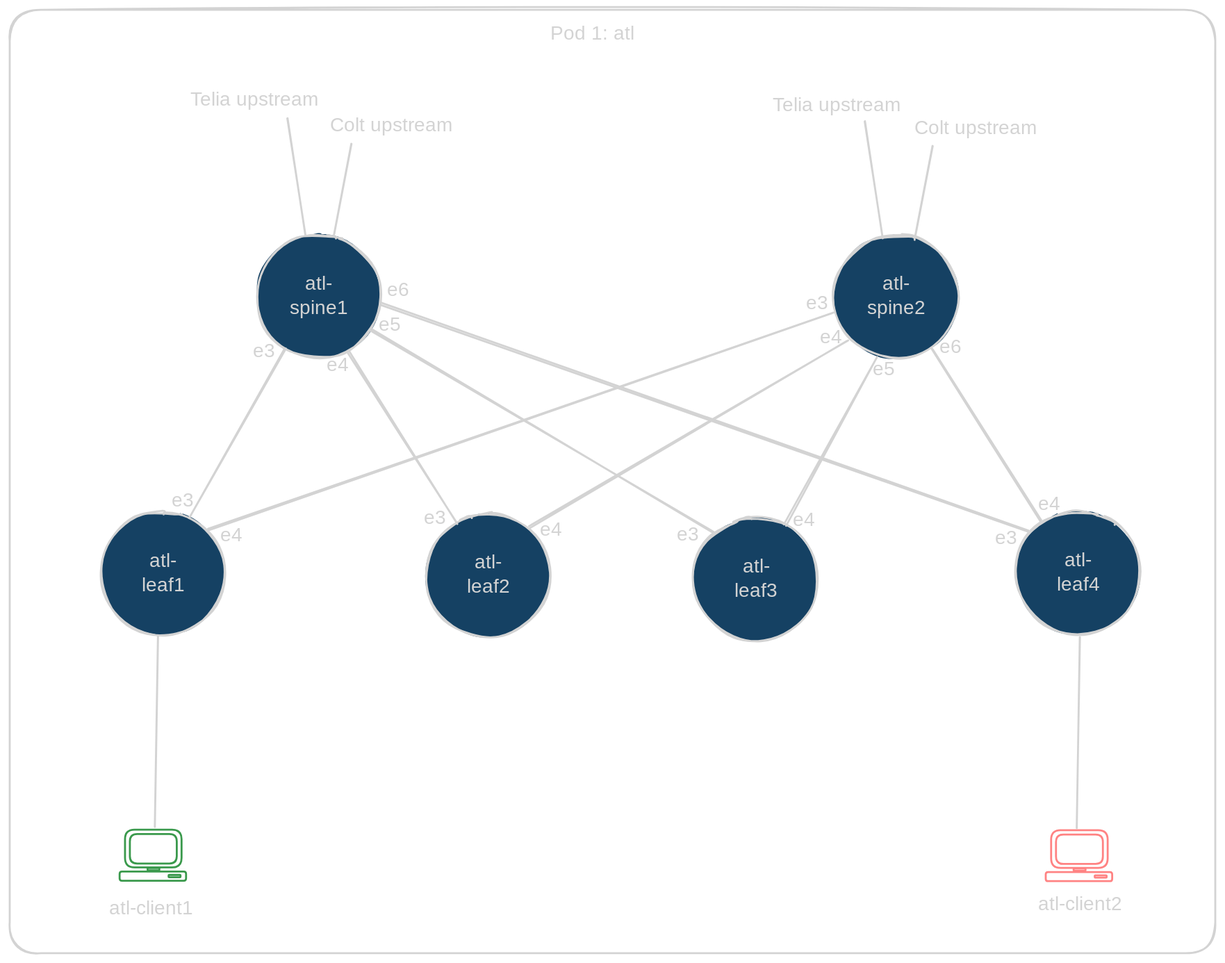
This is infrahub-demo-dc-fabric.excalidraw.svg from opsmill/infrahub-demo-dc-fabric, a Excalidraw export, as it was before one commit. Source tidied: one line per element, renumbered; positions are measured from the earlier drawing's top-left corner, leaving out a move shared by most shapes.
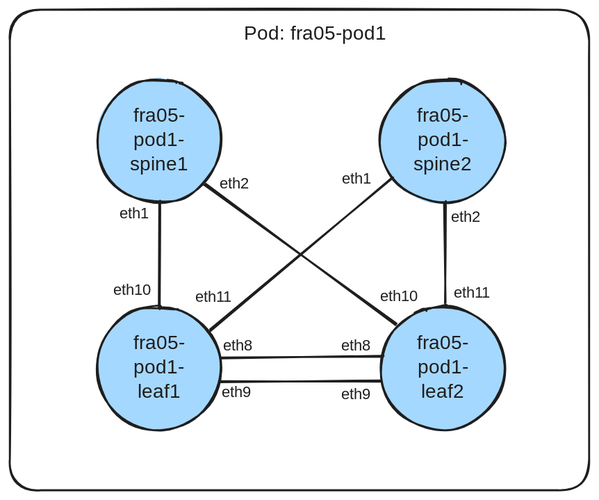
Later version of the same file.

Change to the diagram source:
```diff
@@ -1,60 +1,28 @@
-{"id": 0, "type": "ellipse", "strokeColor": "#1e1e1e", "backgroundColor": "#a5d8ff", "fillStyle": "solid", "strokeWidth": 2, "roughness": 1, "round": true, "x": 254, "y": 231, "width": 128, "height": 127}
+{"id": 0, "type": "ellipse", "strokeColor": "#1e1e1e", "backgroundColor": "#a5d8ff", "fillStyle": "solid", "strokeWidth": 2, "roughness": 1, "round": true, "x": 404, "y": 71, "width": 128, "height": 127}
-{"id": 1, "type": "text", "text": "atl-\nspine1", "strokeColor": "#1e1e1e", "backgroundColor": "#a5d8ff", "fillStyle": "solid", "strokeWidth": 2, "roughness": 1, "fontSize": 20, "fontFamily": 1, "textAlign": "center", "verticalAlign": "middle", "inside": 0, "x": 292, "y": 270, "width": 51, "height": 50}
+{"id": 1, "type": "text", "text": "fra05-\npod1-\nspine1", "strokeColor": "#1e1e1e", "backgroundColor": "#a5d8ff", "fillStyle": "solid", "strokeWidth": 2, "roughness": 1, "fontSize": 20, "fontFamily": 1, "textAlign": "center", "verticalAlign": "middle", "inside": 0, "x": 435, "y": 97, "width": 66, "height": 75}
-{"id": 2, "type": "ellipse", "strokeColor": "#1e1e1e", "backgroundColor": "#a5d8ff", "fillStyle": "solid", "strokeWidth": 2, "roughness": 1, "round": true, "x": 428, "y": 518, "width": 128, "height": 127}
+{"id": 2, "type": "ellipse", "strokeColor": "#1e1e1e", "backgroundColor": "#a5d8ff", "fillStyle": "solid", "strokeWidth": 2, "roughness": 1, "round": true, "x": 696, "y": 305, "width": 128, "height": 127}
-{"id": 3, "type": "text", "text": "atl-\nleaf2", "strokeColor": "#1e1e1e", "backgroundColor": "#a5d8ff", "fillStyle": "solid", "strokeWidth": 2, "roughness": 1, "fontSize": 20, "fontFamily": 1, "textAlign": "center", "verticalAlign": "middle", "inside": 2, "x": 465, "y": 557, "width": 53, "height": 50}
+{"id": 3, "type": "text", "text": "fra05-\npod1-\nleaf2", "strokeColor": "#1e1e1e", "backgroundColor": "#a5d8ff", "fillStyle": "solid", "strokeWidth": 2, "roughness": 1, "fontSize": 20, "fontFamily": 1, "textAlign": "center", "verticalAlign": "middle", "inside": 2, "x": 727, "y": 331, "width": 66, "height": 75}
-{"id": 4, "type": "ellipse", "strokeColor": "#1e1e1e", "backgroundColor": "#a5d8ff", "fillStyle": "solid", "strokeWidth": 2, "roughness": 1, "round": true, "x": 93, "y": 516, "width": 128, "height": 127}
+{"id": 4, "type": "ellipse", "strokeColor": "#1e1e1e", "backgroundColor": "#a5d8ff", "fillStyle": "solid", "strokeWidth": 2, "roughness": 1, "round": true, "x": 404, "y": 305, "width": 128, "height": 127}
-{"id": 5, "type": "text", "text": "atl-\nleaf1", "strokeColor": "#1e1e1e", "backgroundColor": "#a5d8ff", "fillStyle": "solid", "strokeWidth": 2, "roughness": 1, "fontSize": 20, "fontFamily": 1, "textAlign": "center", "verticalAlign": "middle", "inside": 4, "x": 135, "y": 555, "width": 45, "height": 50}
+{"id": 5, "type": "text", "text": "fra05-\npod1-\nleaf1", "strokeColor": "#1e1e1e", "backgroundColor": "#a5d8ff", "fillStyle": "solid", "strokeWidth": 2, "roughness": 1, "fontSize": 20, "fontFamily": 1, "textAlign": "center", "verticalAlign": "middle", "inside": 4, "x": 435, "y": 331, "width": 66, "height": 75}
-{"id": 6, "type": "ellipse", "strokeColor": "#1e1e1e", "backgroundColor": "#a5d8ff", "fillStyle": "solid", "strokeWidth": 2, "roughness": 1, "round": true, "x": 703, "y": 522, "width": 128, "height": 127}
-{"id": 7, "type": "text", "text": "atl-\nleaf3", "strokeColor": "#1e1e1e", "backgroundColor": "#a5d8ff", "fillStyle": "solid", "strokeWidth": 2, "roughness": 1, "fontSize": 20, "fontFamily": 1, "textAlign": "center", "verticalAlign": "middle", "inside": 6, "x": 741, "y": 561, "width": 53, "height": 50}
-{"id": 8, "type": "ellipse", "strokeColor": "#1e1e1e", "backgroundColor": "#a5d8ff", "fillStyle": "solid", "strokeWidth": 2, "roughness": 1, "round": true, "x": 1035, "y": 516, "width": 128, "height": 127}
-{"id": 9, "type": "text", "text": "atl-\nleaf4", "strokeColor": "#1e1e1e", "backgroundColor": "#a5d8ff", "fillStyle": "solid", "strokeWidth": 2, "roughness": 1, "fontSize": 20, "fontFamily": 1, "textAlign": "center", "verticalAlign": "middle", "inside": 8, "x": 1073, "y": 554, "width": 52, "height": 50}
-{"id": 10, "type": "ellipse", "strokeColor": "#1e1e1e", "backgroundColor": "#a5d8ff", "fillStyle": "solid", "strokeWidth": 2, "roughness": 1, "round": true, "x": 847, "y": 231, "width": 128, "height": 127}
+{"id": 10, "type": "ellipse", "strokeColor": "#1e1e1e", "backgroundColor": "#a5d8ff", "fillStyle": "solid", "strokeWidth": 2, "roughness": 1, "round": true, "x": 696, "y": 71, "width": 128, "height": 127}
-{"id": 11, "type": "text", "text": "atl-\nspine2", "strokeColor": "#1e1e1e", "backgroundColor": "#a5d8ff", "fillStyle": "solid", "strokeWidth": 2, "roughness": 1, "fontSize": 20, "fontFamily": 1, "textAlign": "center", "verticalAlign": "middle", "inside": 10, "x": 882, "y": 270, "width": 60, "height": 50}
+{"id": 11, "type": "text", "text": "fra05-\npod1-\nspine2", "strokeColor": "#1e1e1e", "backgroundColor": "#a5d8ff", "fillStyle": "solid", "strokeWidth": 2, "roughness": 1, "fontSize": 20, "fontFamily": 1, "textAlign": "center", "verticalAlign": "middle", "inside": 10, "x": 727, "y": 97, "width": 66, "height": 75}
-{"id": 12, "type": "line", "strokeColor": "#1e1e1e", "backgroundColor": "#a5d8ff", "fillStyle": "solid", "strokeWidth": 2, "roughness": 1, "round": true, "x": 283, "y": 349, "width": 97, "height": 172, "points": [[0, 0], [-97, 172]]}
-{"id": 13, "type": "line", "strokeColor": "#1e1e1e", "backgroundColor": "#a5d8ff", "fillStyle": "solid", "strokeWidth": 2, "roughness": 1, "round": true, "x": 152, "y": 644, "width": 3, "height": 196, "points": [[0, 0], [-3, 196]]}
-{"id": 14, "type": "line", "strokeColor": "#1e1e1e", "backgroundColor": "#a5d8ff", "fillStyle": "solid", "strokeWidth": 2, "roughness": 1, "round": true, "x": 1100, "y": 645, "width": 3, "height": 196, "points": [[0, 0], [-3, 196]]}
-{"id": 15, "type": "line", "strokeColor": "#1e1e1e", "backgroundColor": "#a5d8ff", "fillStyle": "solid", "strokeWidth": 2, "roughness": 1, "round": true, "x": 891, "y": 358, "width": 95, "height": 171, "points": [[0, 0], [-95, 171]]}
-{"id": 16, "type": "line", "strokeColor": "#1e1e1e", "backgroundColor": "#a5d8ff", "fillStyle": "solid", "strokeWidth": 2, "roughness": 1, "round": true, "x": 949, "y": 348, "width": 112, "height": 177, "points": [[0, 0], [112, 177]]}
-{"id": 17, "type": "line", "strokeColor": "#1e1e1e", "backgroundColor": "#a5d8ff", "fillStyle": "solid", "strokeWidth": 2, "roughness": 1, "round": true, "x": 348, "y": 351, "width": 112, "height": 177, "points": [[0, 0], [112, 177]]}
+{"id": 60, "type": "line", "strokeColor": "#1e1e1e", "backgroundColor": "#a5d8ff", "fillStyle": "solid", "strokeWidth": 2, "roughness": 1, "round": true, "x": 468, "y": 197, "width": 1, "height": 108, "points": [[0, 0], [1, 108]]}
-{"id": 18, "type": "line", "strokeColor": "#1e1e1e", "backgroundColor": "#a5d8ff", "fillStyle": "solid", "strokeWidth": 2, "roughness": 1, "round": true, "x": 371, "y": 330, "width": 352, "height": 208, "points": [[0, 0], [352, 208]]}
+{"id": 18, "type": "line", "strokeColor": "#1e1e1e", "backgroundColor": "#a5d8ff", "fillStyle": "solid", "strokeWidth": 2, "roughness": 1, "round": true, "x": 762, "y": 198, "width": 0, "height": 104, "points": [[0, 0], [0, 104]]}
-{"id": 19, "type": "line", "strokeColor": "#1e1e1e", "backgroundColor": "#a5d8ff", "fillStyle": "solid", "strokeWidth": 2, "roughness": 1, "round": true, "x": 862, "y": 340, "width": 327, "height": 193, "points": [[0, 0], [-327, 193]]}
-{"id": 20, "type": "line", "strokeColor": "#1e1e1e", "backgroundColor": "#a5d8ff", "fillStyle": "solid", "strokeWidth": 2, "roughness": 1, "round": true, "x": 381, "y": 302, "width": 666, "height": 234, "points": [[0, 0], [666, 234]]}
-{"id": 21, "type": "line", "strokeColor": "#1e1e1e", "backgroundColor": "#a5d8ff", "fillStyle": "solid", "strokeWidth": 2, "roughness": 1, "round": true, "x": 846, "y": 312, "width": 642, "height": 223, "points": [[0, 0], [-642, 223]]}
-{"id": 22, "type": "rectangle", "strokeColor": "#2f9e44", "strokeWidth": 2, "roughness": 0, "round": true, "x": 119, "y": 843, "width": 58, "height": 39}
-{"id": 23, "type": "rectangle", "strokeColor": "#2f9e44", "strokeWidth": 2, "roughness": 0, "round": true, "x": 113, "y": 886, "width": 68, "height": 9}
-{"id": 24, "type": "rectangle", "strokeColor": "#2f9e44", "strokeWidth": 2, "roughness": 0, "round": true, "x": 163, "y": 890, "width": 12, "height": 2}
-{"id": 25, "type": "rectangle", "strokeColor": "#2f9e44", "strokeWidth": 2, "roughness": 0, "round": true, "x": 142, "y": 883, "width": 12, "height": 2}
-{"id": 26, "type": "rectangle", "strokeColor": "#2f9e44", "strokeWidth": 2, "roughness": 0, "round": true, "x": 124, "y": 848, "width": 48, "height": 30}
-{"id": 27, "type": "rectangle", "strokeColor": "#e03131", "strokeWidth": 2, "roughness": 0, "round": true, "x": 1071, "y": 844, "width": 58, "height": 39}
-{"id": 28, "type": "rectangle", "strokeColor": "#e03131", "strokeWidth": 2, "roughness": 0, "round": true, "x": 1065, "y": 887, "width": 68, "height": 9}
-{"id": 29, "type": "rectangle", "strokeColor": "#e03131", "strokeWidth": 2, "roughness": 0, "round": true, "x": 1116, "y": 890, "width": 12, "height": 2}
-{"id": 30, "type": "rectangle", "strokeColor": "#e03131", "strokeWidth": 2, "roughness": 0, "round": true, "x": 1094, "y": 883, "width": 12, "height": 2}
-{"id": 31, "type": "rectangle", "strokeColor": "#e03131", "strokeWidth": 2, "roughness": 0, "round": true, "x": 1076, "y": 848, "width": 48, "height": 30}
-{"id": 32, "type": "text", "text": "atl-client1", "strokeColor": "#1e1e1e", "strokeWidth": 2, "roughness": 1, "fontSize": 20, "fontFamily": 1, "x": 102, "y": 912, "width": 95, "height": 25}
-{"id": 33, "type": "text", "text": "atl-client2", "strokeColor": "#1e1e1e", "strokeWidth": 2, "roughness": 1, "fontSize": 20, "fontFamily": 1, "x": 1058, "y": 908, "width": 104, "height": 25}
-{"id": 34, "type": "line", "strokeColor": "#1e1e1e", "strokeWidth": 2, "roughness": 1, "round": true, "x": 285, "y": 111, "width": 19, "height": 120, "points": [[0, 0], [19, 120]]}
-{"id": 35, "type": "line", "strokeColor": "#1e1e1e", "strokeWidth": 2, "roughness": 1, "round": true, "x": 351, "y": 138, "width": 18, "height": 93, "points": [[0, 0], [-18, 93]]}
-{"id": 36, "type": "text", "text": "Telia transit", "strokeColor": "#1e1e1e", "strokeWidth": 2, "roughness": 1, "fontSize": 20, "fontFamily": 1, "x": 185, "y": 81, "width": 129, "height": 25}
-{"id": 37, "type": "text", "text": "Colt transit", "strokeColor": "#1e1e1e", "strokeWidth": 2, "roughness": 1, "fontSize": 20, "fontFamily": 1, "x": 329, "y": 107, "width": 120, "height": 25}
-{"id": 38, "type": "text", "text": "Telia transit", "strokeColor": "#1e1e1e", "strokeWidth": 2, "roughness": 1, "fontSize": 20, "fontFamily": 1, "x": 785, "y": 87, "width": 129, "height": 25}
-{"id": 39, "type": "text", "text": "Colt transit", "strokeColor": "#1e1e1e", "strokeWidth": 2, "roughness": 1, "fontSize": 20, "fontFamily": 1, "x": 930, "y": 110, "width": 120, "height": 25}
-{"id": 40, "type": "line", "strokeColor": "#1e1e1e", "strokeWidth": 2, "roughness": 1, "round": true, "x": 879, "y": 115, "width": 19, "height": 120, "points": [[0, 0], [19, 120]]}
-{"id": 41, "type": "line", "strokeColor": "#1e1e1e", "strokeWidth": 2, "roughness": 1, "round": true, "x": 949, "y": 140, "width": 18, "height": 93, "points": [[0, 0], [-18, 93]]}
-{"id": 42, "type": "text", "text": "e3", "strokeColor": "#1e1e1e", "strokeWidth": 2, "roughness": 1, "fontSize": 20, "fontFamily": 1, "x": 166, "y": 493, "width": 25, "height": 25}
-{"id": 43, "type": "text", "text": "e3", "strokeColor": "#1e1e1e", "strokeWidth": 2, "roughness": 1, "fontSize": 20, "fontFamily": 1, "x": 426, "y": 511, "width": 25, "height": 25}
-{"id": 44, "type": "text", "text": "e3", "strokeColor": "#1e1e1e", "strokeWidth": 2, "roughness": 1, "fontSize": 20, "fontFamily": 1, "x": 686, "y": 528, "width": 25, "height": 25}
-{"id": 45, "type": "text", "text": "e3", "strokeColor": "#1e1e1e", "strokeWidth": 2, "roughness": 1, "fontSize": 20, "fontFamily": 1, "x": 1013, "y": 531, "width": 25, "height": 25}
-{"id": 46, "type": "text", "text": "e4", "strokeColor": "#1e1e1e", "strokeWidth": 2, "roughness": 1, "fontSize": 20, "fontFamily": 1, "x": 216, "y": 529, "width": 24, "height": 25}
-{"id": 47, "type": "text", "text": "e4", "strokeColor": "#1e1e1e", "strokeWidth": 2, "roughness": 1, "fontSize": 20, "fontFamily": 1, "x": 545, "y": 523, "width": 24, "height": 25}
-{"id": 48, "type": "text", "text": "e4", "strokeColor": "#1e1e1e", "strokeWidth": 2, "roughness": 1, "fontSize": 20, "fontFamily": 1, "x": 805, "y": 513, "width": 24, "height": 25}
-{"id": 49, "type": "text", "text": "e4", "strokeColor": "#1e1e1e", "strokeWidth": 2, "roughness": 1, "fontSize": 20, "fontFamily": 1, "x": 1057, "y": 497, "width": 24, "height": 25}
-{"id": 50, "type": "text", "text": "e3", "strokeColor": "#1e1e1e", "strokeWidth": 2, "roughness": 1, "fontSize": 20, "fontFamily": 1, "x": 250, "y": 340, "width": 25, "height": 25}
-{"id": 51, "type": "text", "text": "e3", "strokeColor": "#1e1e1e", "strokeWidth": 2, "roughness": 1, "fontSize": 20, "fontFamily": 1, "x": 819, "y": 290, "width": 25, "height": 25}
-{"id": 52, "type": "text", "text": "e4", "strokeColor": "#1e1e1e", "strokeWidth": 2, "roughness": 1, "fontSize": 20, "fontFamily": 1, "x": 326, "y": 354, "width": 24, "height": 25}
-{"id": 53, "type": "text", "text": "e4", "strokeColor": "#1e1e1e", "strokeWidth": 2, "roughness": 1, "fontSize": 20, "fontFamily": 1, "x": 833, "y": 325, "width": 24, "height": 25}
-{"id": 54, "type": "text", "text": "e5", "strokeColor": "#1e1e1e", "strokeWidth": 2, "roughness": 1, "fontSize": 20, "fontFamily": 1, "x": 379, "y": 312, "width": 23, "height": 25}
-{"id": 55, "type": "text", "text": "e5", "strokeColor": "#1e1e1e", "strokeWidth": 2, "roughness": 1, "fontSize": 20, "fontFamily": 1, "x": 887, "y": 358, "width": 23, "height": 25}
-{"id": 56, "type": "text", "text": "e6", "strokeColor": "#1e1e1e", "strokeWidth": 2, "roughness": 1, "fontSize": 20, "fontFamily": 1, "x": 388, "y": 276, "width": 24, "height": 25}
-{"id": 57, "type": "text", "text": "e6", "strokeColor": "#1e1e1e", "strokeWidth": 2, "roughness": 1, "fontSize": 20, "fontFamily": 1, "x": 956, "y": 335, "width": 24, "height": 25}
+{"id": 61, "type": "text", "text": "eth1", "strokeColor": "#1e1e1e", "strokeWidth": 2, "roughness": 1, "fontSize": 16, "fontFamily": 1, "x": 428, "y": 200, "width": 30, "height": 20}
-{"id": 58, "type": "rectangle", "strokeColor": "#1e1e1e", "strokeWidth": 2, "roughness": 1, "round": true, "x": 0, "y": 0, "width": 1240, "height": 970}
+{"id": 58, "type": "rectangle", "strokeColor": "#1e1e1e", "strokeWidth": 2, "roughness": 1, "round": true, "x": 315, "y": 0, "width": 596, "height": 494}
-{"id": 59, "type": "text", "text": "Pod 1: atl", "strokeColor": "#1e1e1e", "strokeWidth": 2, "roughness": 1, "fontSize": 20, "fontFamily": 1, "x": 556, "y": 13, "width": 96, "height": 25}
+{"id": 59, "type": "text", "text": "Pod: fra05-pod1", "strokeColor": "#1e1e1e", "strokeWidth": 2, "roughness": 1, "fontSize": 20, "fontFamily": 1, "x": 556, "y": 13, "width": 154, "height": 25}
+{"id": 12, "type": "line", "strokeColor": "#1e1e1e", "backgroundColor": "#a5d8ff", "fillStyle": "solid", "strokeWidth": 2, "roughness": 1, "round": true, "x": 515, "y": 180, "width": 197, "height": 143, "points": [[0, 0], [197, 143]]}
+{"id": 62, "type": "text", "text": "eth2", "strokeColor": "#1e1e1e", "strokeWidth": 2, "roughness": 1, "fontSize": 16, "fontFamily": 1, "x": 530, "y": 169, "width": 37, "height": 20}
+{"id": 63, "type": "line", "strokeColor": "#1e1e1e", "strokeWidth": 2, "roughness": 1, "round": true, "x": 707, "y": 173, "width": 187, "height": 156, "points": [[0, 0], [-187, 156]]}
+{"id": 64, "type": "text", "text": "eth1", "strokeColor": "#1e1e1e", "strokeWidth": 2, "roughness": 1, "fontSize": 16, "fontFamily": 1, "x": 656, "y": 164, "width": 30, "height": 20}
+{"id": 56, "type": "text", "text": "eth2", "strokeColor": "#1e1e1e", "strokeWidth": 2, "roughness": 1, "fontSize": 16, "fontFamily": 1, "x": 768, "y": 204, "width": 37, "height": 20}
+{"id": 65, "type": "text", "text": "eth10", "strokeColor": "#1e1e1e", "strokeWidth": 2, "roughness": 1, "fontSize": 16, "fontFamily": 1, "x": 421, "y": 279, "width": 41, "height": 20}
+{"id": 66, "type": "text", "text": "eth11", "strokeColor": "#1e1e1e", "strokeWidth": 2, "roughness": 1, "fontSize": 16, "fontFamily": 1, "x": 505, "y": 286, "width": 34, "height": 20}
+{"id": 67, "type": "text", "text": "eth10", "strokeColor": "#1e1e1e", "strokeWidth": 2, "roughness": 1, "fontSize": 16, "fontFamily": 1, "x": 695, "y": 285, "width": 41, "height": 20}
+{"id": 68, "type": "text", "text": "eth11", "strokeColor": "#1e1e1e", "strokeWidth": 2, "roughness": 1, "fontSize": 16, "fontFamily": 1, "x": 771, "y": 282, "width": 34, "height": 20}
+{"id": 69, "type": "line", "strokeColor": "#1e1e1e", "strokeWidth": 2, "roughness": 1, "round": true, "x": 532, "y": 358, "width": 166, "height": 1, "points": [[0, 0], [166, -1]]}
+{"id": 70, "type": "line", "strokeColor": "#1e1e1e", "strokeWidth": 2, "roughness": 1, "round": true, "x": 530, "y": 383, "width": 166, "height": 1, "points": [[0, 0], [166, -1]]}
+{"id": 71, "type": "text", "text": "eth8", "strokeColor": "#1e1e1e", "strokeWidth": 2, "roughness": 1, "fontSize": 16, "fontFamily": 1, "x": 534, "y": 336, "width": 38, "height": 20}
+{"id": 72, "type": "text", "text": "eth8", "strokeColor": "#1e1e1e", "strokeWidth": 2, "roughness": 1, "fontSize": 16, "fontFamily": 1, "x": 656, "y": 336, "width": 38, "height": 20}
+{"id": 73, "type": "text", "text": "eth9", "strokeColor": "#1e1e1e", "strokeWidth": 2, "roughness": 1, "fontSize": 16, "fontFamily": 1, "x": 655, "y": 386, "width": 35, "height": 20}
+{"id": 74, "type": "text", "text": "eth9", "strokeColor": "#1e1e1e", "strokeWidth": 2, "roughness": 1, "fontSize": 16, "fontFamily": 1, "x": 533, "y": 383, "width": 35, "height": 20}
```
